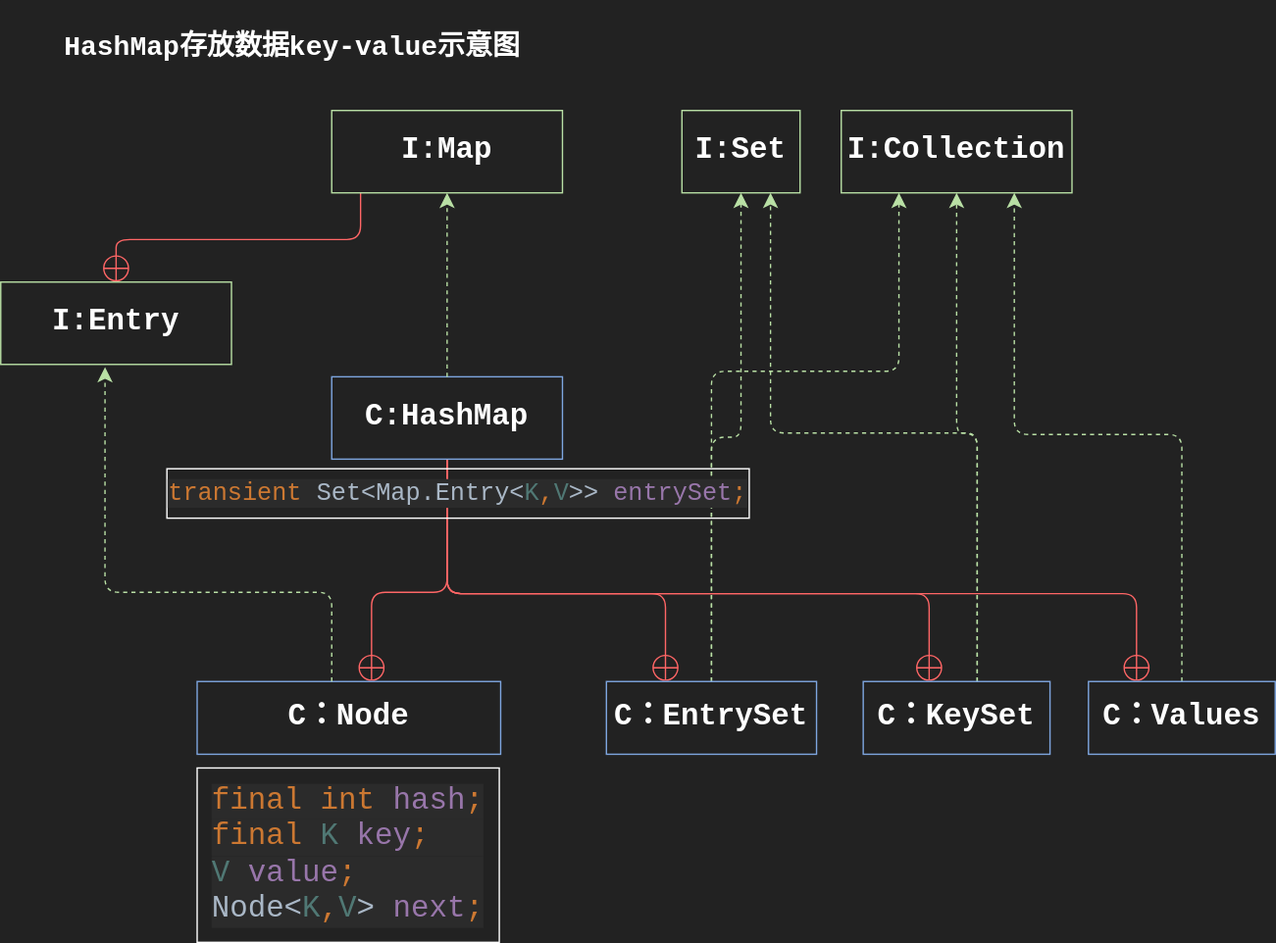
Stolorzs/Picgo keeps this draw.io diagram as drawio/MapInterface.svg. Above is the earlier version. Source tidied: cells renumbered, new cells last; positions are measured from the earlier drawing's top-left corner, leaving out a move shared by most shapes.
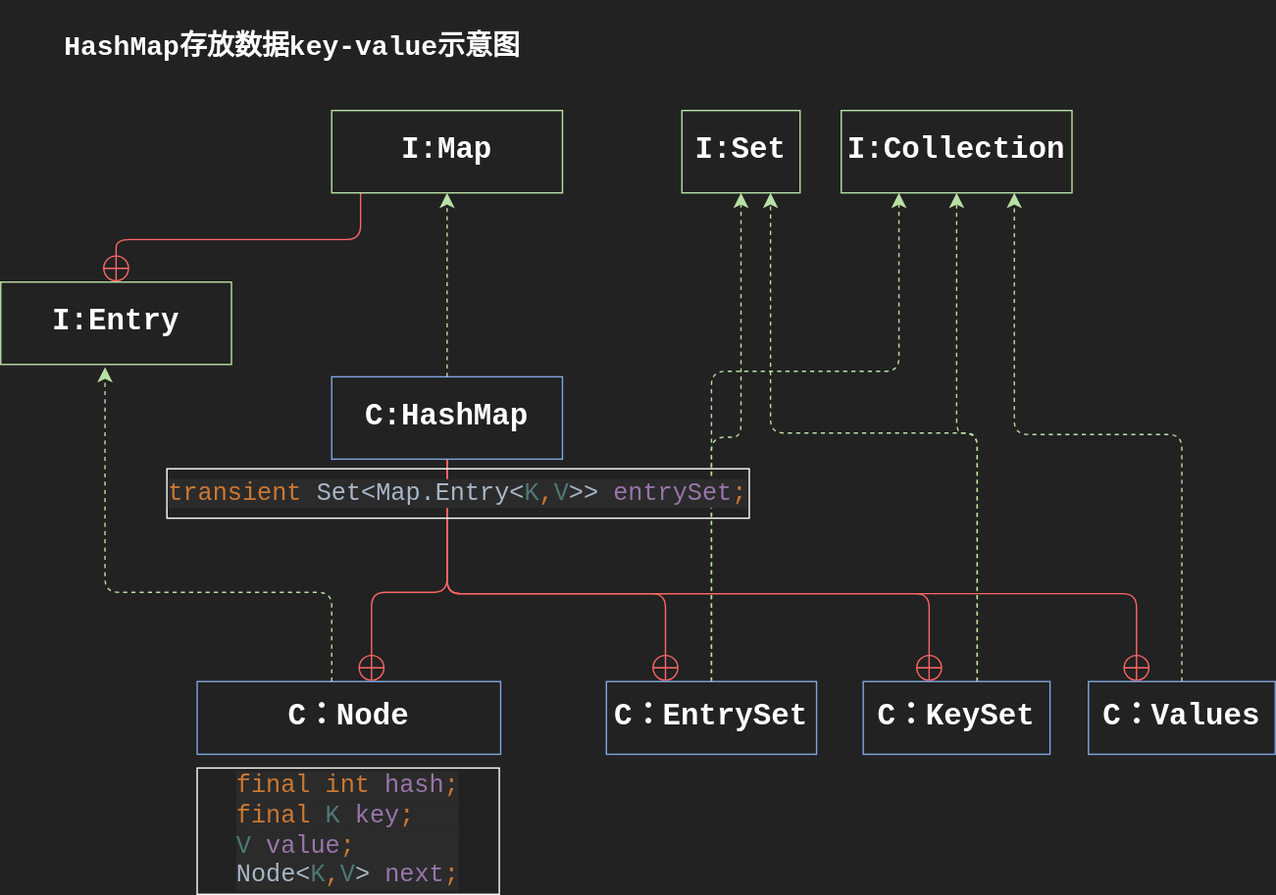
Later version of the same file.

What changed in the source:
```diff
@@ -2,8 +2,8 @@
   <root>
     <mxCell id="0" />
     <mxCell id="1" parent="0" />
-    <mxCell id="2" value="&lt;div style=&quot;text-align: start; background-color: rgb(43, 43, 43); color: rgb(169, 183, 198); font-family: &amp;quot;JetBrains Mono&amp;quot;, monospace; white-space: pre; font-size: 22px;&quot;&gt;&lt;font style=&quot;font-size: 22px;&quot;&gt;&lt;span style=&quot;color: rgb(204, 120, 50);&quot;&gt;final int &lt;/span&gt;&lt;span style=&quot;color: rgb(152, 118, 170);&quot;&gt;hash&lt;/span&gt;&lt;span style=&quot;color: rgb(204, 120, 50);&quot;&gt;;&lt;/span&gt;&lt;/font&gt;&lt;/div&gt;&lt;div style=&quot;text-align: start; background-color: rgb(43, 43, 43); color: rgb(169, 183, 198); font-family: &amp;quot;JetBrains Mono&amp;quot;, monospace; white-space: pre; font-size: 22px;&quot;&gt;&lt;font style=&quot;font-size: 22px;&quot;&gt;&lt;span style=&quot;color: rgb(204, 120, 50);&quot;&gt;final &lt;/span&gt;&lt;span style=&quot;color: rgb(80, 120, 116);&quot;&gt;K &lt;/span&gt;&lt;span style=&quot;color: rgb(152, 118, 170);&quot;&gt;key&lt;/span&gt;&lt;span style=&quot;color: rgb(204, 120, 50);&quot;&gt;;&lt;/span&gt;&lt;/font&gt;&lt;/div&gt;&lt;div style=&quot;text-align: start; background-color: rgb(43, 43, 43); color: rgb(169, 183, 198); font-family: &amp;quot;JetBrains Mono&amp;quot;, monospace; white-space: pre; font-size: 22px;&quot;&gt;&lt;div&gt;&lt;font style=&quot;font-size: 22px;&quot;&gt;&lt;span style=&quot;color: rgb(80, 120, 116);&quot;&gt;V &lt;/span&gt;&lt;span style=&quot;color: rgb(152, 118, 170);&quot;&gt;value&lt;/span&gt;&lt;span style=&quot;color: rgb(204, 120, 50);&quot;&gt;;&lt;/span&gt;&lt;/font&gt;&lt;/div&gt;&lt;div&gt;&lt;font style=&quot;font-size: 22px;&quot;&gt;Node&amp;lt;&lt;span style=&quot;color: rgb(80, 120, 116);&quot;&gt;K&lt;/span&gt;&lt;span style=&quot;color: rgb(204, 120, 50);&quot;&gt;,&lt;/span&gt;&lt;span style=&quot;color: rgb(80, 120, 116);&quot;&gt;V&lt;/span&gt;&amp;gt; &lt;span style=&quot;color: rgb(152, 118, 170);&quot;&gt;next&lt;/span&gt;&lt;span style=&quot;color: rgb(204, 120, 50);&quot;&gt;;&lt;/span&gt;&lt;/font&gt;&lt;/div&gt;&lt;/div&gt;" style="whiteSpace=wrap;html=1;fillColor=none;strokeColor=#FFFFFF;" parent="1" vertex="1">
-      <mxGeometry x="143" y="559" width="220" height="127" as="geometry" />
+    <mxCell id="2" value="&lt;div style=&quot;text-align: start; background-color: rgb(43, 43, 43); color: rgb(169, 183, 198); font-family: &amp;quot;JetBrains Mono&amp;quot;, monospace; white-space: pre; font-size: 18px;&quot;&gt;&lt;font style=&quot;font-size: 18px;&quot;&gt;&lt;span style=&quot;color: rgb(204, 120, 50);&quot;&gt;final int &lt;/span&gt;&lt;span style=&quot;color: rgb(152, 118, 170);&quot;&gt;hash&lt;/span&gt;&lt;span style=&quot;color: rgb(204, 120, 50);&quot;&gt;;&lt;/span&gt;&lt;/font&gt;&lt;/div&gt;&lt;div style=&quot;text-align: start; background-color: rgb(43, 43, 43); color: rgb(169, 183, 198); font-family: &amp;quot;JetBrains Mono&amp;quot;, monospace; white-space: pre; font-size: 18px;&quot;&gt;&lt;font style=&quot;font-size: 18px;&quot;&gt;&lt;span style=&quot;color: rgb(204, 120, 50);&quot;&gt;final &lt;/span&gt;&lt;span style=&quot;color: rgb(80, 120, 116);&quot;&gt;K &lt;/span&gt;&lt;span style=&quot;color: rgb(152, 118, 170);&quot;&gt;key&lt;/span&gt;&lt;span style=&quot;color: rgb(204, 120, 50);&quot;&gt;;&lt;/span&gt;&lt;/font&gt;&lt;/div&gt;&lt;div style=&quot;text-align: start; background-color: rgb(43, 43, 43); color: rgb(169, 183, 198); font-family: &amp;quot;JetBrains Mono&amp;quot;, monospace; white-space: pre; font-size: 18px;&quot;&gt;&lt;div&gt;&lt;font style=&quot;font-size: 18px;&quot;&gt;&lt;span style=&quot;color: rgb(80, 120, 116);&quot;&gt;V &lt;/span&gt;&lt;span style=&quot;color: rgb(152, 118, 170);&quot;&gt;value&lt;/span&gt;&lt;span style=&quot;color: rgb(204, 120, 50);&quot;&gt;;&lt;/span&gt;&lt;/font&gt;&lt;/div&gt;&lt;div&gt;&lt;font style=&quot;font-size: 18px;&quot;&gt;Node&amp;lt;&lt;span style=&quot;color: rgb(80, 120, 116);&quot;&gt;K&lt;/span&gt;&lt;span style=&quot;color: rgb(204, 120, 50);&quot;&gt;,&lt;/span&gt;&lt;span style=&quot;color: rgb(80, 120, 116);&quot;&gt;V&lt;/span&gt;&amp;gt; &lt;span style=&quot;color: rgb(152, 118, 170);&quot;&gt;next&lt;/span&gt;&lt;span style=&quot;color: rgb(204, 120, 50);&quot;&gt;;&lt;/span&gt;&lt;/font&gt;&lt;/div&gt;&lt;/div&gt;" style="whiteSpace=wrap;html=1;fillColor=none;strokeColor=#FFFFFF;" parent="1" vertex="1">
+      <mxGeometry x="143" y="559" width="220" height="92" as="geometry" />
     </mxCell>
     <mxCell id="3" style="edgeStyle=orthogonalEdgeStyle;rounded=1;jettySize=auto;html=1;fontSize=12;startSize=8;endSize=8;strokeColor=#FF6666;endArrow=circlePlus;endFill=0;" parent="1" edge="1" source="7" target="10">
       <mxGeometry relative="1" as="geometry">
```
